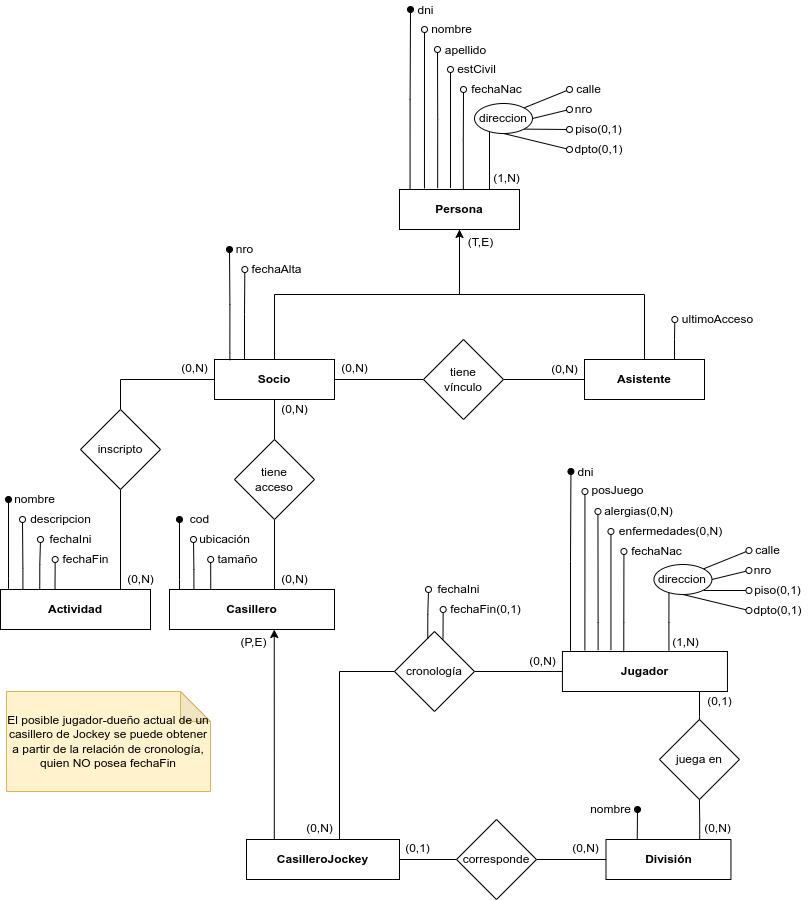
sergiocld99/unlp-tramo-final keeps this draw.io diagram as BD/01-modelos/01-casilleros/ej1-conceptual.png. Above is the earlier version. Source tidied: cells renumbered, new cells last; positions are measured from the earlier drawing's top-left corner, leaving out a move shared by most shapes.
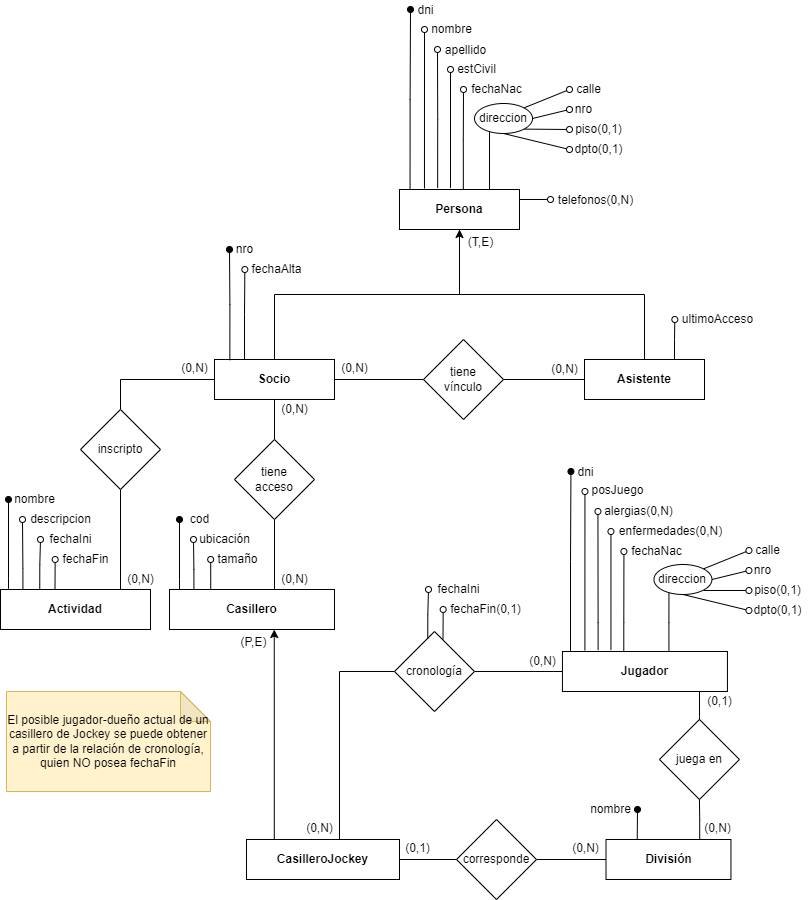
Above is the later version.

Commit message:
ej 1, dirección unica

Change to the diagram source:
```diff
@@ -30,6 +30,11 @@
     <mxCell id="7" style="edgeStyle=orthogonalEdgeStyle;rounded=0;jettySize=auto;html=1;exitX=0.75;exitY=0;exitDx=0;exitDy=0;entryX=0.259;entryY=0.914;entryDx=0;entryDy=0;entryPerimeter=0;endArrow=none;endFill=0;" parent="1" edge="1" source="8" target="18">
       <mxGeometry relative="1" as="geometry" />
     </mxCell>
+    <mxCell id="114" style="edgeStyle=orthogonalEdgeStyle;rounded=0;jettySize=auto;html=1;exitX=1;exitY=0.25;exitDx=0;exitDy=0;endArrow=oval;endFill=0;" parent="1" edge="1" source="8">
+      <mxGeometry relative="1" as="geometry">
+        <mxPoint x="550" y="199" as="targetPoint" />
+      </mxGeometry>
+    </mxCell>
     <mxCell id="8" value="Persona" style="rounded=0;whiteSpace=wrap;html=1;fontStyle=1;" parent="1" vertex="1">
       <mxGeometry x="399" y="189" width="120" height="40" as="geometry" />
     </mxCell>
@@ -77,9 +82,6 @@
     <mxCell id="20" value="dpto(0,1)" style="text;html=1;align=center;verticalAlign=middle;strokeColor=none;fillColor=none;" parent="1" vertex="1">
       <mxGeometry x="568" y="139" width="60" height="20" as="geometry" />
     </mxCell>
-    <mxCell id="21" value="(1,N)" style="text;html=1;align=center;verticalAlign=middle;strokeColor=none;fillColor=none;" parent="1" vertex="1">
-      <mxGeometry x="486" y="168" width="40" height="20" as="geometry" />
-    </mxCell>
     <mxCell id="22" value="nro" style="text;html=1;align=center;verticalAlign=middle;strokeColor=none;fillColor=none;" parent="1" vertex="1">
       <mxGeometry x="568" y="99" width="30" height="20" as="geometry" />
     </mxCell>
@@ -389,9 +391,6 @@
     <mxCell id="88" value="dpto(0,1)" style="text;html=1;align=center;verticalAlign=middle;strokeColor=none;fillColor=none;" parent="1" vertex="1">
       <mxGeometry x="747.4" y="600" width="60" height="20" as="geometry" />
     </mxCell>
-    <mxCell id="89" value="(1,N)" style="text;html=1;align=center;verticalAlign=middle;strokeColor=none;fillColor=none;" parent="1" vertex="1">
-      <mxGeometry x="665.4" y="632" width="40" height="20" as="geometry" />
-    </mxCell>
     <mxCell id="90" value="nro" style="text;html=1;align=center;verticalAlign=middle;strokeColor=none;fillColor=none;" parent="1" vertex="1">
       <mxGeometry x="747.4" y="560" width="30" height="20" as="geometry" />
     </mxCell>
@@ -480,5 +479,8 @@
     <mxCell id="113" value="El posible jugador-dueño actual de un casillero de Jockey se puede obtener a partir de la relación de cronología, quien NO posea fechaFin" style="shape=note;whiteSpace=wrap;html=1;backgroundOutline=1;darkOpacity=0.05;fillColor=#fff2cc;strokeColor=#d6b656;" parent="1" vertex="1">
       <mxGeometry x="6" y="691" width="204" height="100" as="geometry" />
     </mxCell>
+    <mxCell id="115" value="telefonos(0,N)" style="text;html=1;align=center;verticalAlign=middle;strokeColor=none;fillColor=none;" parent="1" vertex="1">
+      <mxGeometry x="550" y="190" width="90" height="20" as="geometry" />
+    </mxCell>
   </root>
 </mxGraphModel>
```
